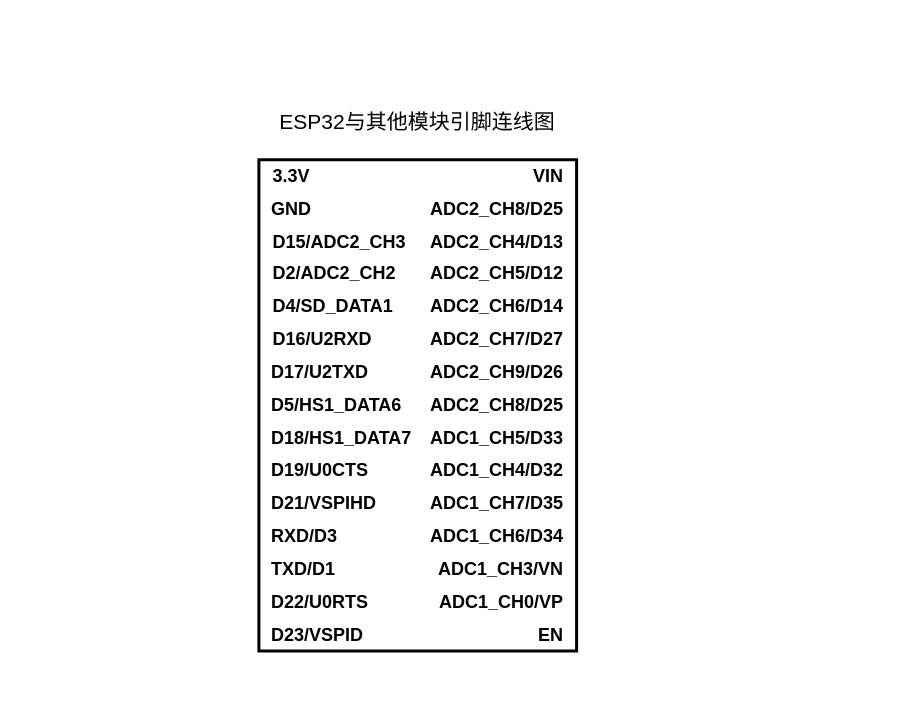
This is esp32主控芯片连接图.drawio from zhangruyi3906/img, a draw.io file, before an edit. Source tidied: cells renumbered, new cells numbered last; positions are measured from the earlier drawing's top-left corner, leaving out a move shared by most shapes. Both pictures are drawn from the tidied source at 150%, with x=0, y=0 at pixel (230, 99).
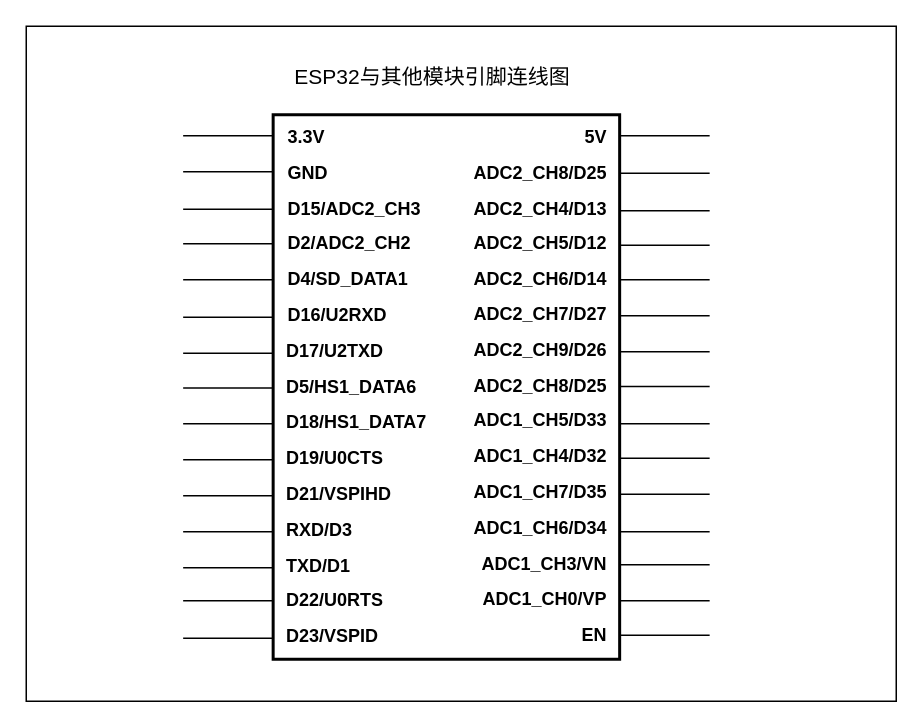
The same page after the edit.

Commit message (it also covers changes not shown here):
更新esp32主控芯片连接图.drawio

What changed in the source:
```diff
@@
+    <mxCell id="34" style="rounded=0;whiteSpace=wrap;html=1;" parent="1" vertex="1">
+      <mxGeometry x="-136" y="-49" width="580" height="450" as="geometry" />
+    </mxCell>
     <mxCell id="2" style="rounded=0;whiteSpace=wrap;html=1;direction=south;strokeWidth=2;rotation=0;" parent="1" vertex="1">
-      <mxGeometry x="19.1" y="40" width="211.8" height="327.5" as="geometry" />
+      <mxGeometry x="28.6" y="10" width="231" height="363" as="geometry" />
     </mxCell>
     <mxCell id="3" value="&lt;b&gt;&amp;nbsp; D2/ADC2_CH2&lt;/b&gt;" style="text;html=1;align=left;verticalAlign=middle;whiteSpace=wrap;rounded=0;" parent="2" vertex="1">
-      <mxGeometry x="0.8" y="65.5" width="99.2" height="21.8" as="geometry" />
+      <mxGeometry x="0.9" y="71.4" width="110" height="30" as="geometry" />
     </mxCell>
     <mxCell id="4" value="&lt;b&gt;&amp;nbsp; D4/SD_DATA1&lt;/b&gt;" style="text;html=1;align=left;verticalAlign=middle;whiteSpace=wrap;rounded=0;" parent="2" vertex="1">
-      <mxGeometry x="0.8" y="87.3" width="89.2" height="21.8" as="geometry" />
+      <mxGeometry x="0.9" y="95.2" width="110" height="30" as="geometry" />
     </mxCell>
     <mxCell id="5" value="&lt;b&gt;&amp;nbsp; D16/U2RXD&lt;/b&gt;" style="text;html=1;align=left;verticalAlign=middle;whiteSpace=wrap;rounded=0;" parent="2" vertex="1">
-      <mxGeometry x="0.8" y="109.2" width="89.2" height="21.8" as="geometry" />
+      <mxGeometry x="0.9" y="119" width="100" height="30" as="geometry" />
     </mxCell>
     <mxCell id="6" value="&lt;b&gt;&amp;nbsp; D17/U2TXD&lt;/b&gt;" style="text;html=1;align=left;verticalAlign=middle;whiteSpace=wrap;rounded=0;" parent="2" vertex="1">
-      <mxGeometry y="131" width="90" height="21.8" as="geometry" />
+      <mxGeometry y="142.8" width="90" height="30" as="geometry" />
     </mxCell>
     <mxCell id="7" value="&lt;b&gt;&amp;nbsp; D5/HS1_DATA6&lt;/b&gt;" style="text;html=1;align=left;verticalAlign=middle;whiteSpace=wrap;rounded=0;" parent="2" vertex="1">
-      <mxGeometry y="152.8" width="100" height="21.8" as="geometry" />
+      <mxGeometry y="166.6" width="120" height="30" as="geometry" />
     </mxCell>
     <mxCell id="8" value="&lt;b&gt;&amp;nbsp; D18/HS1_DATA7&lt;/b&gt;" style="text;html=1;align=left;verticalAlign=middle;whiteSpace=wrap;rounded=0;" parent="2" vertex="1">
-      <mxGeometry y="174.7" width="120" height="21.8" as="geometry" />
+      <mxGeometry y="190.4" width="120" height="30" as="geometry" />
     </mxCell>
     <mxCell id="9" value="&lt;b&gt;&amp;nbsp; D19/U0CTS&lt;/b&gt;" style="text;html=1;align=left;verticalAlign=middle;whiteSpace=wrap;rounded=0;" parent="2" vertex="1">
-      <mxGeometry y="196.5" width="110" height="21.8" as="geometry" />
+      <mxGeometry y="214.2" width="90" height="30" as="geometry" />
     </mxCell>
     <mxCell id="10" value="&lt;b&gt;&amp;nbsp; D21/VSPIHD&lt;/b&gt;" style="text;html=1;align=left;verticalAlign=middle;whiteSpace=wrap;rounded=0;" parent="2" vertex="1">
-      <mxGeometry y="218.3" width="100" height="21.8" as="geometry" />
+      <mxGeometry y="238" width="100" height="30" as="geometry" />
     </mxCell>
     <mxCell id="11" value="&lt;b&gt;&amp;nbsp; RXD/D3&lt;/b&gt;" style="text;html=1;align=left;verticalAlign=middle;whiteSpace=wrap;rounded=0;" parent="2" vertex="1">
-      <mxGeometry y="240.2" width="100" height="21.8" as="geometry" />
+      <mxGeometry y="261.8" width="70" height="30" as="geometry" />
     </mxCell>
     <mxCell id="12" value="&lt;b&gt;&amp;nbsp; TXD/D1&lt;/b&gt;" style="text;html=1;align=left;verticalAlign=middle;whiteSpace=wrap;rounded=0;" parent="2" vertex="1">
-      <mxGeometry y="262" width="80" height="21.8" as="geometry" />
+      <mxGeometry y="285.6" width="70" height="30" as="geometry" />
     </mxCell>
     <mxCell id="13" value="&lt;b&gt;&amp;nbsp; D22/U0RTS&lt;/b&gt;" style="text;html=1;align=left;verticalAlign=middle;whiteSpace=wrap;rounded=0;" parent="2" vertex="1">
-      <mxGeometry y="283.9" width="100" height="21.8" as="geometry" />
+      <mxGeometry y="309.4" width="90" height="30" as="geometry" />
     </mxCell>
     <mxCell id="14" value="&lt;b&gt;&amp;nbsp; D23/VSPID&lt;/b&gt;" style="text;html=1;align=left;verticalAlign=middle;whiteSpace=wrap;rounded=0;" parent="2" vertex="1">
-      <mxGeometry y="305.7" width="100" height="21.8" as="geometry" />
+      <mxGeometry y="333.2" width="90" height="30" as="geometry" />
     </mxCell>
-    <mxCell id="15" value="&lt;b&gt;VIN&amp;nbsp;&amp;nbsp;&lt;/b&gt;" style="text;html=1;align=right;verticalAlign=middle;whiteSpace=wrap;rounded=0;" parent="2" vertex="1">
-      <mxGeometry x="164.7" width="47.1" height="21.8" as="geometry" />
+    <mxCell id="15" value="&lt;b&gt;5V&amp;nbsp;&amp;nbsp;&lt;/b&gt;" style="text;html=1;align=right;verticalAlign=middle;whiteSpace=wrap;rounded=0;" parent="2" vertex="1">
+      <mxGeometry x="180.9" width="50" height="30" as="geometry" />
     </mxCell>
     <mxCell id="16" value="&lt;b&gt;ADC2_CH4/D13&amp;nbsp;&amp;nbsp;&lt;/b&gt;" style="text;html=1;align=right;verticalAlign=middle;whiteSpace=wrap;rounded=0;" parent="2" vertex="1">
-      <mxGeometry x="164.7" y="43.7" width="47.1" height="21.8" as="geometry" />
+      <mxGeometry x="110.9" y="47.6" width="120" height="30" as="geometry" />
     </mxCell>
     <mxCell id="17" value="ADC2_CH8/D25&amp;nbsp;&amp;nbsp;" style="text;html=1;align=right;verticalAlign=middle;whiteSpace=wrap;rounded=0;fontStyle=1;" parent="2" vertex="1">
-      <mxGeometry x="164.7" y="21.8" width="47.1" height="21.8" as="geometry" />
+      <mxGeometry x="110.9" y="23.8" width="120" height="30" as="geometry" />
     </mxCell>
     <mxCell id="18" value="&lt;b&gt;ADC2_CH5/D12&amp;nbsp;&amp;nbsp;&lt;/b&gt;" style="text;html=1;align=right;verticalAlign=middle;whiteSpace=wrap;rounded=0;" parent="2" vertex="1">
-      <mxGeometry x="164.7" y="65.5" width="47.1" height="21.8" as="geometry" />
+      <mxGeometry x="110.9" y="71.4" width="120" height="30" as="geometry" />
     </mxCell>
     <mxCell id="19" value="&lt;b&gt;ADC2_CH6/D14&amp;nbsp;&amp;nbsp;&lt;/b&gt;" style="text;html=1;align=right;verticalAlign=middle;whiteSpace=wrap;rounded=0;" parent="2" vertex="1">
-      <mxGeometry x="164.7" y="87.3" width="47.1" height="21.8" as="geometry" />
+      <mxGeometry x="110.9" y="95.2" width="120" height="30" as="geometry" />
     </mxCell>
     <mxCell id="20" value="&lt;b&gt;ADC2_CH7/D27&amp;nbsp;&amp;nbsp;&lt;/b&gt;" style="text;html=1;align=right;verticalAlign=middle;whiteSpace=wrap;rounded=0;" parent="2" vertex="1">
-      <mxGeometry x="164.7" y="109.2" width="47.1" height="21.8" as="geometry" />
+      <mxGeometry x="110.9" y="118" width="120" height="30" as="geometry" />
     </mxCell>
     <mxCell id="21" value="&lt;b&gt;ADC2_CH9/D26&amp;nbsp;&amp;nbsp;&lt;/b&gt;" style="text;html=1;align=right;verticalAlign=middle;whiteSpace=wrap;rounded=0;" parent="2" vertex="1">
-      <mxGeometry x="164.7" y="131" width="47.1" height="21.8" as="geometry" />
+      <mxGeometry x="110.9" y="141.8" width="120" height="30" as="geometry" />
     </mxCell>
     <mxCell id="22" value="&lt;b&gt;ADC2_CH8/D25&amp;nbsp;&amp;nbsp;&lt;/b&gt;" style="text;html=1;align=right;verticalAlign=middle;whiteSpace=wrap;rounded=0;" parent="2" vertex="1">
-      <mxGeometry x="164.7" y="152.8" width="47.1" height="21.8" as="geometry" />
+      <mxGeometry x="110.9" y="165.6" width="120" height="30" as="geometry" />
     </mxCell>
     <mxCell id="23" value="&lt;b&gt;ADC1_CH5/D33&amp;nbsp;&amp;nbsp;&lt;/b&gt;" style="text;html=1;align=right;verticalAlign=middle;whiteSpace=wrap;rounded=0;" parent="2" vertex="1">
-      <mxGeometry x="164.7" y="174.7" width="47.1" height="21.8" as="geometry" />
+      <mxGeometry x="110.9" y="189.4" width="120" height="30" as="geometry" />
     </mxCell>
     <mxCell id="24" value="&lt;b&gt;ADC1_CH4/D32&amp;nbsp;&amp;nbsp;&lt;/b&gt;" style="text;html=1;align=right;verticalAlign=middle;whiteSpace=wrap;rounded=0;" parent="2" vertex="1">
-      <mxGeometry x="164.7" y="196.5" width="47.1" height="21.8" as="geometry" />
+      <mxGeometry x="110.9" y="213.2" width="120" height="30" as="geometry" />
     </mxCell>
     <mxCell id="25" value="&lt;b&gt;ADC1_CH7/D35&amp;nbsp;&amp;nbsp;&lt;/b&gt;" style="text;html=1;align=right;verticalAlign=middle;whiteSpace=wrap;rounded=0;" parent="2" vertex="1">
-      <mxGeometry x="164.7" y="218.3" width="47.1" height="21.8" as="geometry" />
+      <mxGeometry x="110.9" y="237" width="120" height="30" as="geometry" />
     </mxCell>
     <mxCell id="26" value="&lt;b&gt;ADC1_CH6/D34&amp;nbsp;&amp;nbsp;&lt;/b&gt;" style="text;html=1;align=right;verticalAlign=middle;whiteSpace=wrap;rounded=0;" parent="2" vertex="1">
-      <mxGeometry x="164.7" y="240.2" width="47.1" height="21.8" as="geometry" />
+      <mxGeometry x="110.9" y="260.8" width="120" height="30" as="geometry" />
     </mxCell>
     <mxCell id="27" value="&lt;b&gt;ADC1_CH3/VN&amp;nbsp;&amp;nbsp;&lt;/b&gt;" style="text;html=1;align=right;verticalAlign=middle;whiteSpace=wrap;rounded=0;" parent="2" vertex="1">
-      <mxGeometry x="164.7" y="262" width="47.1" height="21.8" as="geometry" />
+      <mxGeometry x="120.9" y="284.6" width="110" height="30" as="geometry" />
     </mxCell>
     <mxCell id="28" value="&lt;b&gt;ADC1_CH0/VP&amp;nbsp;&amp;nbsp;&lt;/b&gt;" style="text;html=1;align=right;verticalAlign=middle;whiteSpace=wrap;rounded=0;" parent="2" vertex="1">
-      <mxGeometry x="164.7" y="283.9" width="47.1" height="21.8" as="geometry" />
+      <mxGeometry x="120.9" y="308.4" width="110" height="30" as="geometry" />
     </mxCell>
     <mxCell id="29" value="&lt;b&gt;EN&amp;nbsp;&amp;nbsp;&lt;/b&gt;" style="text;html=1;align=right;verticalAlign=middle;whiteSpace=wrap;rounded=0;" parent="2" vertex="1">
-      <mxGeometry x="164.7" y="305.7" width="47.1" height="21.8" as="geometry" />
+      <mxGeometry x="180.9" y="332.2" width="50" height="30" as="geometry" />
     </mxCell>
     <mxCell id="30" value="&lt;b&gt;&amp;nbsp; D15/ADC2_CH3&lt;/b&gt;" style="text;html=1;align=left;verticalAlign=middle;whiteSpace=wrap;rounded=0;" parent="2" vertex="1">
-      <mxGeometry x="0.8" y="43.7" width="110.2" height="21.8" as="geometry" />
+      <mxGeometry x="0.9" y="47.6" width="120" height="30" as="geometry" />
     </mxCell>
     <mxCell id="31" value="&lt;b&gt;&amp;nbsp; GND&lt;/b&gt;" style="text;html=1;align=left;verticalAlign=middle;whiteSpace=wrap;rounded=0;" parent="2" vertex="1">
-      <mxGeometry y="21.8" width="47.1" height="21.8" as="geometry" />
+      <mxGeometry x="0.9" y="23.8" width="60" height="30" as="geometry" />
     </mxCell>
     <mxCell id="32" value="&lt;b&gt;&amp;nbsp; 3.3V&lt;/b&gt;" style="text;html=1;align=left;verticalAlign=middle;whiteSpace=wrap;rounded=0;" parent="2" vertex="1">
-      <mxGeometry x="0.8" width="47.1" height="21.8" as="geometry" />
+      <mxGeometry x="0.9" width="50" height="30" as="geometry" />
     </mxCell>
     <mxCell id="33" value="&lt;font style=&quot;font-size: 14px;&quot;&gt;ESP32与其他模块引脚连线图&lt;/font&gt;" style="text;html=1;align=center;verticalAlign=middle;whiteSpace=wrap;rounded=0;" parent="1" vertex="1">
-      <mxGeometry width="250" height="30" as="geometry" />
+      <mxGeometry x="9.6" y="-30" width="250" height="30" as="geometry" />
     </mxCell>
+    <mxCell id="35" style="endArrow=none;html=1;rounded=0;" parent="1" edge="1">
+      <mxGeometry relative="1" as="geometry">
+        <mxPoint x="-31.4" y="24" as="sourcePoint" />
+        <mxPoint x="28.6" y="24" as="targetPoint" />
+      </mxGeometry>
+    </mxCell>
+    <mxCell id="36" style="endArrow=none;html=1;rounded=0;" parent="1" edge="1">
+      <mxGeometry relative="1" as="geometry">
+        <mxPoint x="-31.4" y="48" as="sourcePoint" />
+        <mxPoint x="28.6" y="48" as="targetPoint" />
+      </mxGeometry>
+    </mxCell>
+    <mxCell id="37" style="endArrow=none;html=1;rounded=0;" parent="1" edge="1">
+      <mxGeometry relative="1" as="geometry">
+        <mxPoint x="-31.4" y="73" as="sourcePoint" />
+        <mxPoint x="28.6" y="73" as="targetPoint" />
+      </mxGeometry>
+    </mxCell>
+    <mxCell id="38" style="endArrow=none;html=1;rounded=0;" parent="1" edge="1">
+      <mxGeometry relative="1" as="geometry">
+        <mxPoint x="-31.4" y="96" as="sourcePoint" />
+        <mxPoint x="28.6" y="96" as="targetPoint" />
+      </mxGeometry>
+    </mxCell>
+    <mxCell id="39" style="endArrow=none;html=1;rounded=0;" parent="1" edge="1">
+      <mxGeometry relative="1" as="geometry">
+        <mxPoint x="-31.4" y="120" as="sourcePoint" />
+        <mxPoint x="28.6" y="120" as="targetPoint" />
+      </mxGeometry>
+    </mxCell>
+    <mxCell id="40" style="endArrow=none;html=1;rounded=0;" parent="1" edge="1">
+      <mxGeometry relative="1" as="geometry">
+        <mxPoint x="-31.4" y="145" as="sourcePoint" />
+        <mxPoint x="28.6" y="145" as="targetPoint" />
+      </mxGeometry>
+    </mxCell>
+    <mxCell id="41" style="endArrow=none;html=1;rounded=0;" parent="1" edge="1">
+      <mxGeometry relative="1" as="geometry">
+        <mxPoint x="-31.4" y="169" as="sourcePoint" />
+        <mxPoint x="28.6" y="169" as="targetPoint" />
+      </mxGeometry>
+    </mxCell>
+    <mxCell id="42" style="endArrow=none;html=1;rounded=0;" parent="1" edge="1">
+      <mxGeometry relative="1" as="geometry">
+        <mxPoint x="-31.4" y="192.2" as="sourcePoint" />
+        <mxPoint x="28.6" y="192.2" as="targetPoint" />
+      </mxGeometry>
+    </mxCell>
+    <mxCell id="43" style="endArrow=none;html=1;rounded=0;" parent="1" edge="1">
+      <mxGeometry relative="1" as="geometry">
+        <mxPoint x="-31.4" y="216" as="sourcePoint" />
+        <mxPoint x="28.6" y="216" as="targetPoint" />
+      </mxGeometry>
+    </mxCell>
+    <mxCell id="44" style="endArrow=none;html=1;rounded=0;" parent="1" edge="1">
+      <mxGeometry relative="1" as="geometry">
+        <mxPoint x="-31.4" y="240" as="sourcePoint" />
+        <mxPoint x="28.6" y="240" as="targetPoint" />
+      </mxGeometry>
+    </mxCell>
+    <mxCell id="45" style="endArrow=none;html=1;rounded=0;" parent="1" edge="1">
+      <mxGeometry relative="1" as="geometry">
+        <mxPoint x="-31.4" y="264" as="sourcePoint" />
+        <mxPoint x="28.6" y="264" as="targetPoint" />
+      </mxGeometry>
+    </mxCell>
+    <mxCell id="46" style="endArrow=none;html=1;rounded=0;" parent="1" edge="1">
+      <mxGeometry relative="1" as="geometry">
+        <mxPoint x="-31.4" y="288" as="sourcePoint" />
+        <mxPoint x="28.6" y="288" as="targetPoint" />
+      </mxGeometry>
+    </mxCell>
+    <mxCell id="47" style="endArrow=none;html=1;rounded=0;" parent="1" edge="1">
+      <mxGeometry relative="1" as="geometry">
+        <mxPoint x="-31.4" y="312" as="sourcePoint" />
+        <mxPoint x="28.6" y="312" as="targetPoint" />
+      </mxGeometry>
+    </mxCell>
+    <mxCell id="48" style="endArrow=none;html=1;rounded=0;" parent="1" edge="1">
+      <mxGeometry relative="1" as="geometry">
+        <mxPoint x="-31.4" y="334" as="sourcePoint" />
+        <mxPoint x="28.6" y="334" as="targetPoint" />
+      </mxGeometry>
+    </mxCell>
+    <mxCell id="49" style="endArrow=none;html=1;rounded=0;" parent="1" edge="1">
+      <mxGeometry relative="1" as="geometry">
+        <mxPoint x="-31.4" y="359" as="sourcePoint" />
+        <mxPoint x="28.6" y="359" as="targetPoint" />
+      </mxGeometry>
+    </mxCell>
+    <mxCell id="50" style="endArrow=none;html=1;rounded=0;" parent="1" edge="1">
+      <mxGeometry relative="1" as="geometry">
+        <mxPoint x="259.6" y="24" as="sourcePoint" />
+        <mxPoint x="319.6" y="24" as="targetPoint" />
+      </mxGeometry>
+    </mxCell>
+    <mxCell id="51" style="endArrow=none;html=1;rounded=0;" parent="1" edge="1">
+      <mxGeometry relative="1" as="geometry">
+        <mxPoint x="259.6" y="49" as="sourcePoint" />
+        <mxPoint x="319.6" y="49" as="targetPoint" />
+      </mxGeometry>
+    </mxCell>
+    <mxCell id="52" style="endArrow=none;html=1;rounded=0;" parent="1" edge="1">
+      <mxGeometry relative="1" as="geometry">
+        <mxPoint x="259.6" y="74" as="sourcePoint" />
+        <mxPoint x="319.6" y="74" as="targetPoint" />
+      </mxGeometry>
+    </mxCell>
+    <mxCell id="53" style="endArrow=none;html=1;rounded=0;" parent="1" edge="1">
+      <mxGeometry relative="1" as="geometry">
+        <mxPoint x="259.6" y="97" as="sourcePoint" />
+        <mxPoint x="319.6" y="97" as="targetPoint" />
+      </mxGeometry>
+    </mxCell>
+    <mxCell id="54" style="endArrow=none;html=1;rounded=0;" parent="1" edge="1">
+      <mxGeometry relative="1" as="geometry">
+        <mxPoint x="259.6" y="120" as="sourcePoint" />
+        <mxPoint x="319.6" y="120" as="targetPoint" />
+      </mxGeometry>
+    </mxCell>
+    <mxCell id="55" style="endArrow=none;html=1;rounded=0;" parent="1" edge="1">
+      <mxGeometry relative="1" as="geometry">
+        <mxPoint x="259.6" y="144" as="sourcePoint" />
+        <mxPoint x="319.6" y="144" as="targetPoint" />
+      </mxGeometry>
+    </mxCell>
+    <mxCell id="56" style="endArrow=none;html=1;rounded=0;" parent="1" edge="1">
+      <mxGeometry relative="1" as="geometry">
+        <mxPoint x="259.6" y="168" as="sourcePoint" />
+        <mxPoint x="319.6" y="168" as="targetPoint" />
+      </mxGeometry>
+    </mxCell>
+    <mxCell id="57" style="endArrow=none;html=1;rounded=0;" parent="1" edge="1">
+      <mxGeometry relative="1" as="geometry">
+        <mxPoint x="259.6" y="191.2" as="sourcePoint" />
+        <mxPoint x="319.6" y="191.2" as="targetPoint" />
+      </mxGeometry>
+    </mxCell>
+    <mxCell id="58" style="endArrow=none;html=1;rounded=0;" parent="1" edge="1">
+      <mxGeometry relative="1" as="geometry">
+        <mxPoint x="259.6" y="216" as="sourcePoint" />
+        <mxPoint x="319.6" y="216" as="targetPoint" />
+      </mxGeometry>
+    </mxCell>
+    <mxCell id="59" style="endArrow=none;html=1;rounded=0;" parent="1" edge="1">
+      <mxGeometry relative="1" as="geometry">
+        <mxPoint x="259.6" y="239" as="sourcePoint" />
+        <mxPoint x="319.6" y="239" as="targetPoint" />
+      </mxGeometry>
+    </mxCell>
+    <mxCell id="60" style="endArrow=none;html=1;rounded=0;" parent="1" edge="1">
+      <mxGeometry relative="1" as="geometry">
+        <mxPoint x="259.6" y="263" as="sourcePoint" />
+        <mxPoint x="319.6" y="263" as="targetPoint" />
+      </mxGeometry>
+    </mxCell>
+    <mxCell id="61" style="endArrow=none;html=1;rounded=0;" parent="1" edge="1">
+      <mxGeometry relative="1" as="geometry">
+        <mxPoint x="259.6" y="288" as="sourcePoint" />
+        <mxPoint x="319.6" y="288" as="targetPoint" />
+      </mxGeometry>
+    </mxCell>
+    <mxCell id="62" style="endArrow=none;html=1;rounded=0;" parent="1" edge="1">
+      <mxGeometry relative="1" as="geometry">
+        <mxPoint x="259.6" y="310" as="sourcePoint" />
+        <mxPoint x="319.6" y="310" as="targetPoint" />
+      </mxGeometry>
+    </mxCell>
+    <mxCell id="63" style="endArrow=none;html=1;rounded=0;" parent="1" edge="1">
+      <mxGeometry relative="1" as="geometry">
+        <mxPoint x="259.6" y="334" as="sourcePoint" />
+        <mxPoint x="319.6" y="334" as="targetPoint" />
+      </mxGeometry>
+    </mxCell>
+    <mxCell id="64" style="endArrow=none;html=1;rounded=0;" parent="1" edge="1">
+      <mxGeometry relative="1" as="geometry">
+        <mxPoint x="259.6" y="357" as="sourcePoint" />
+        <mxPoint x="319.6" y="357" as="targetPoint" />
+      </mxGeometry>
+    </mxCell>
```
